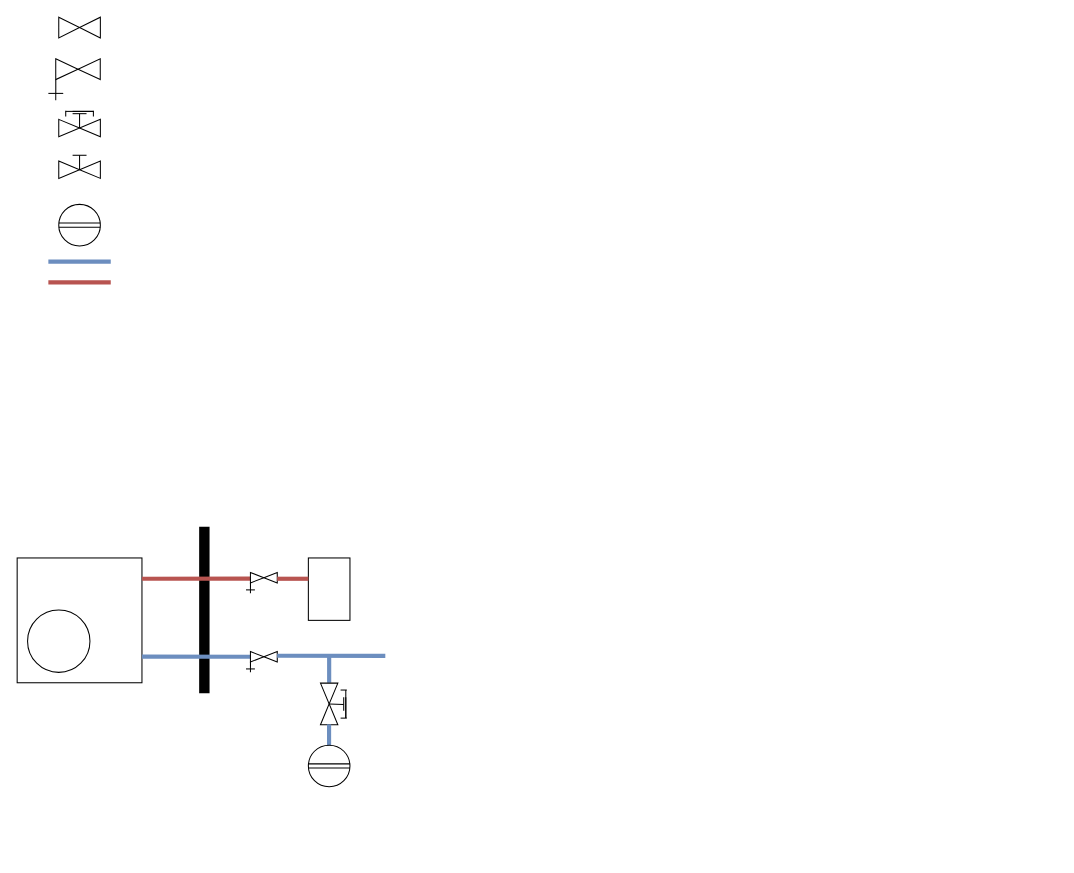
Before: hydraulik.drawio in eddi0815/socket2, a draw.io diagram. Source tidied: cells renumbered, new cells numbered last; positions are measured from the earlier drawing's top-left corner, leaving out a move shared by most shapes. Both pictures are drawn from the tidied source at 104%, with x=0, y=0 at pixel (17, 17).
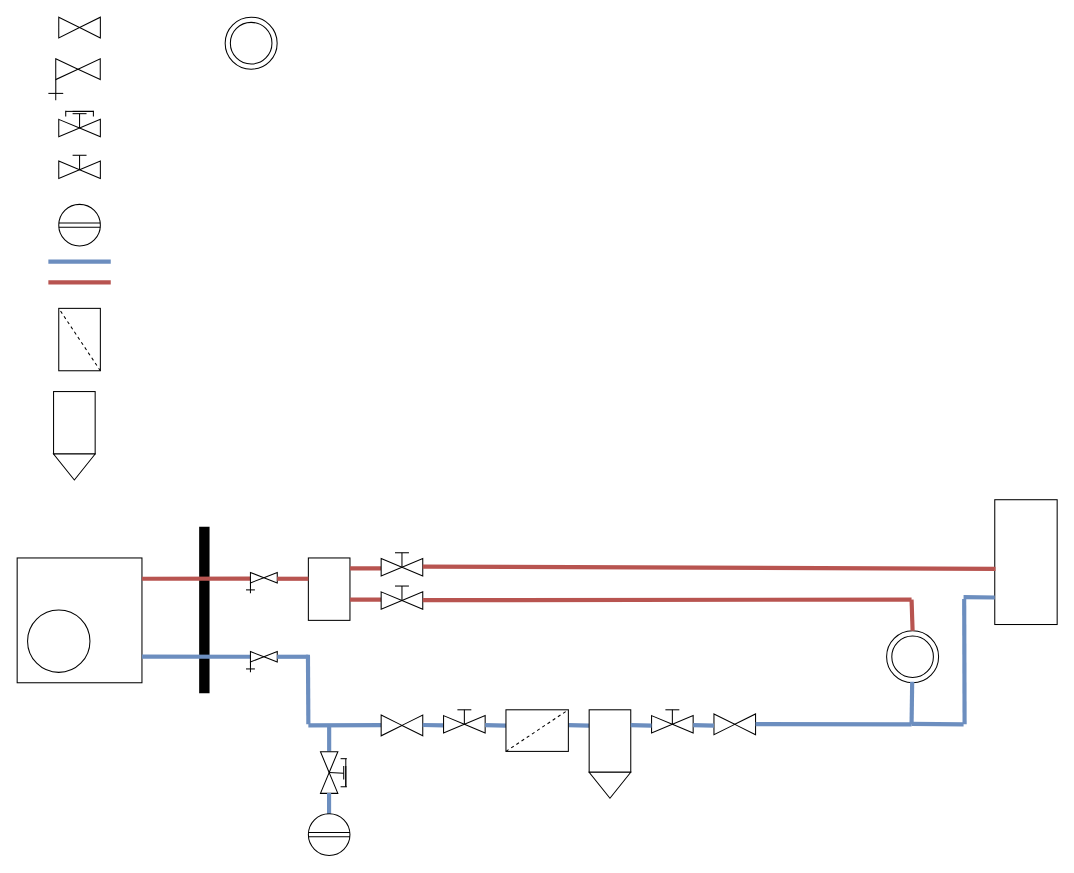
After the change.

What changed in the source:
```diff
@@
-    <mxCell id="46" style="group;" parent="1" vertex="1">
-      <mxGeometry x="40" y="138.3" width="40" height="16.7" as="geometry" />
-    </mxCell>
-    <mxCell id="47" style="triangle;whiteSpace=wrap;html=1;" parent="46" vertex="1">
-      <mxGeometry width="20" height="16.7" as="geometry" />
-    </mxCell>
-    <mxCell id="48" style="triangle;whiteSpace=wrap;html=1;rotation=-180;" parent="46" vertex="1">
-      <mxGeometry x="20" width="20" height="16.7" as="geometry" />
-    </mxCell>
-    <mxCell id="49" style="endArrow=none;html=1;rounded=0;exitX=1;exitY=0.5;exitDx=0;exitDy=0;" parent="1" edge="1" source="47">
-      <mxGeometry relative="1" as="geometry">
-        <mxPoint x="60" y="132.8" as="targetPoint" />
-      </mxGeometry>
-    </mxCell>
-    <mxCell id="50" style="endArrow=none;html=1;rounded=0;" parent="1" edge="1">
-      <mxGeometry relative="1" as="geometry">
-        <mxPoint x="53.3" y="132.8" as="sourcePoint" />
-        <mxPoint x="66.7" y="132.8" as="targetPoint" />
-      </mxGeometry>
-    </mxCell>
-    <mxCell id="51" style="endArrow=none;html=1;rounded=0;" parent="1" edge="1">
-      <mxGeometry relative="1" as="geometry">
-        <mxPoint x="46.7" y="132.8" as="sourcePoint" />
-        <mxPoint x="46.7" y="132.8" as="targetPoint" />
-      </mxGeometry>
-    </mxCell>
@@
     <mxCell id="53" style="endArrow=none;html=1;rounded=0;jumpSize=6;strokeWidth=4;fillColor=#dae8fc;strokeColor=#6c8ebf;entryX=0;entryY=0.5;entryDx=0;entryDy=0;" parent="1" edge="1">
       <mxGeometry relative="1" as="geometry">
-        <mxPoint x="250" y="614" as="sourcePoint" />
-        <mxPoint x="354" y="614.2" as="targetPoint" />
+        <mxPoint x="280" y="681" as="sourcePoint" />
+        <mxPoint x="350" y="680.8" as="targetPoint" />
       </mxGeometry>
     </mxCell>
     <mxCell id="54" style="endArrow=none;html=1;rounded=0;jumpSize=6;strokeWidth=4;fillColor=#dae8fc;strokeColor=#6c8ebf;" parent="1" edge="1">
       <mxGeometry relative="1" as="geometry">
-        <mxPoint x="300" y="640" as="sourcePoint" />
-        <mxPoint x="300" y="615" as="targetPoint" />
+        <mxPoint x="300" y="706" as="sourcePoint" />
+        <mxPoint x="300" y="681" as="targetPoint" />
       </mxGeometry>
     </mxCell>
     <mxCell id="55" style="group;rotation=90;" parent="1" vertex="1">
-      <mxGeometry x="284" y="648" width="40" height="25" as="geometry" />
+      <mxGeometry x="284" y="714" width="40" height="25" as="geometry" />
     </mxCell>
@@
     <mxCell id="66" style="endArrow=none;html=1;rounded=0;jumpSize=6;strokeWidth=4;fillColor=#dae8fc;strokeColor=#6c8ebf;" parent="1" edge="1">
       <mxGeometry relative="1" as="geometry">
-        <mxPoint x="299.9" y="705" as="sourcePoint" />
-        <mxPoint x="299.9" y="680" as="targetPoint" />
+        <mxPoint x="299.9" y="771" as="sourcePoint" />
+        <mxPoint x="299.9" y="746" as="targetPoint" />
       </mxGeometry>
     </mxCell>
     <mxCell id="67" style="group;" parent="1" vertex="1">
-      <mxGeometry x="280" y="700" width="40" height="40" as="geometry" />
+      <mxGeometry x="280" y="766" width="40" height="40" as="geometry" />
     </mxCell>
@@
+    <mxCell id="71" style="group;" parent="1" vertex="1">
+      <mxGeometry x="670" y="670" width="40" height="20" as="geometry" />
+    </mxCell>
+    <mxCell id="72" style="triangle;whiteSpace=wrap;html=1;" parent="71" vertex="1">
+      <mxGeometry width="20" height="20" as="geometry" />
+    </mxCell>
+    <mxCell id="73" style="triangle;whiteSpace=wrap;html=1;rotation=-180;" parent="71" vertex="1">
+      <mxGeometry x="20" width="20" height="20" as="geometry" />
+    </mxCell>
+    <mxCell id="74" style="group;" parent="1" vertex="1">
+      <mxGeometry x="350" y="671" width="40" height="20" as="geometry" />
+    </mxCell>
+    <mxCell id="75" style="triangle;whiteSpace=wrap;html=1;" parent="74" vertex="1">
+      <mxGeometry width="20" height="20" as="geometry" />
+    </mxCell>
+    <mxCell id="76" style="triangle;whiteSpace=wrap;html=1;rotation=-180;" parent="74" vertex="1">
+      <mxGeometry x="20" width="20" height="20" as="geometry" />
+    </mxCell>
+    <mxCell id="77" style="endArrow=none;html=1;rounded=0;jumpSize=6;strokeWidth=4;fillColor=#dae8fc;strokeColor=#6c8ebf;" parent="1" edge="1">
+      <mxGeometry relative="1" as="geometry">
+        <mxPoint x="390" y="680.6" as="sourcePoint" />
+        <mxPoint x="410" y="681" as="targetPoint" />
+      </mxGeometry>
+    </mxCell>
+    <mxCell id="78" style="group;" parent="1" vertex="1">
+      <mxGeometry x="40" y="132.8" width="40" height="22.2" as="geometry" />
+    </mxCell>
+    <mxCell id="46" style="group;" parent="78" vertex="1">
+      <mxGeometry y="5.6" width="40" height="16.7" as="geometry" />
+    </mxCell>
+    <mxCell id="47" style="triangle;whiteSpace=wrap;html=1;" parent="46" vertex="1">
+      <mxGeometry width="20" height="16.7" as="geometry" />
+    </mxCell>
+    <mxCell id="48" style="triangle;whiteSpace=wrap;html=1;rotation=-180;" parent="46" vertex="1">
+      <mxGeometry x="20" width="20" height="16.7" as="geometry" />
+    </mxCell>
+    <mxCell id="49" style="endArrow=none;html=1;rounded=0;exitX=1;exitY=0.5;exitDx=0;exitDy=0;" parent="78" edge="1" source="47">
+      <mxGeometry relative="1" as="geometry">
+        <mxPoint x="20" as="targetPoint" />
+      </mxGeometry>
+    </mxCell>
+    <mxCell id="50" style="endArrow=none;html=1;rounded=0;" parent="78" edge="1">
+      <mxGeometry relative="1" as="geometry">
+        <mxPoint x="13.3" as="sourcePoint" />
+        <mxPoint x="26.7" as="targetPoint" />
+      </mxGeometry>
+    </mxCell>
+    <mxCell id="51" style="endArrow=none;html=1;rounded=0;" parent="78" edge="1">
+      <mxGeometry relative="1" as="geometry">
+        <mxPoint x="6.7" as="sourcePoint" />
+        <mxPoint x="6.7" as="targetPoint" />
+      </mxGeometry>
+    </mxCell>
+    <mxCell id="79" style="group;" parent="1" vertex="1">
+      <mxGeometry x="610" y="666" width="40" height="22.2" as="geometry" />
+    </mxCell>
+    <mxCell id="80" style="group;" parent="79" vertex="1">
+      <mxGeometry y="5.6" width="40" height="16.7" as="geometry" />
+    </mxCell>
+    <mxCell id="81" style="triangle;whiteSpace=wrap;html=1;" parent="80" vertex="1">
+      <mxGeometry width="20" height="16.7" as="geometry" />
+    </mxCell>
+    <mxCell id="82" style="triangle;whiteSpace=wrap;html=1;rotation=-180;" parent="80" vertex="1">
+      <mxGeometry x="20" width="20" height="16.7" as="geometry" />
+    </mxCell>
+    <mxCell id="83" style="endArrow=none;html=1;rounded=0;exitX=1;exitY=0.5;exitDx=0;exitDy=0;" parent="79" edge="1" source="81">
+      <mxGeometry relative="1" as="geometry">
+        <mxPoint x="20" as="targetPoint" />
+      </mxGeometry>
+    </mxCell>
+    <mxCell id="84" style="endArrow=none;html=1;rounded=0;" parent="79" edge="1">
+      <mxGeometry relative="1" as="geometry">
+        <mxPoint x="13.3" as="sourcePoint" />
+        <mxPoint x="26.7" as="targetPoint" />
+      </mxGeometry>
+    </mxCell>
+    <mxCell id="85" style="endArrow=none;html=1;rounded=0;" parent="79" edge="1">
+      <mxGeometry relative="1" as="geometry">
+        <mxPoint x="6.7" as="sourcePoint" />
+        <mxPoint x="6.7" as="targetPoint" />
+      </mxGeometry>
+    </mxCell>
+    <mxCell id="86" style="group;" parent="1" vertex="1">
+      <mxGeometry x="410" y="666" width="40" height="22.2" as="geometry" />
+    </mxCell>
+    <mxCell id="87" style="group;" parent="86" vertex="1">
+      <mxGeometry y="5.6" width="40" height="16.7" as="geometry" />
+    </mxCell>
+    <mxCell id="88" style="triangle;whiteSpace=wrap;html=1;" parent="87" vertex="1">
+      <mxGeometry width="20" height="16.7" as="geometry" />
+    </mxCell>
+    <mxCell id="89" style="triangle;whiteSpace=wrap;html=1;rotation=-180;" parent="87" vertex="1">
+      <mxGeometry x="20" width="20" height="16.7" as="geometry" />
+    </mxCell>
+    <mxCell id="90" style="endArrow=none;html=1;rounded=0;exitX=1;exitY=0.5;exitDx=0;exitDy=0;" parent="86" edge="1" source="88">
+      <mxGeometry relative="1" as="geometry">
+        <mxPoint x="20" as="targetPoint" />
+      </mxGeometry>
+    </mxCell>
+    <mxCell id="91" style="endArrow=none;html=1;rounded=0;" parent="86" edge="1">
+      <mxGeometry relative="1" as="geometry">
+        <mxPoint x="13.3" as="sourcePoint" />
+        <mxPoint x="26.7" as="targetPoint" />
+      </mxGeometry>
+    </mxCell>
+    <mxCell id="92" style="endArrow=none;html=1;rounded=0;" parent="86" edge="1">
+      <mxGeometry relative="1" as="geometry">
+        <mxPoint x="6.7" as="sourcePoint" />
+        <mxPoint x="6.7" as="targetPoint" />
+      </mxGeometry>
+    </mxCell>
+    <mxCell id="93" style="endArrow=none;html=1;rounded=0;jumpSize=6;strokeWidth=4;fillColor=#dae8fc;strokeColor=#6c8ebf;" parent="1" edge="1">
+      <mxGeometry relative="1" as="geometry">
+        <mxPoint x="450" y="680.8" as="sourcePoint" />
+        <mxPoint x="470" y="681.2" as="targetPoint" />
+      </mxGeometry>
+    </mxCell>
+    <mxCell id="94" style="endArrow=none;html=1;rounded=0;jumpSize=6;strokeWidth=4;fillColor=#dae8fc;strokeColor=#6c8ebf;" parent="1" edge="1">
+      <mxGeometry relative="1" as="geometry">
+        <mxPoint x="530" y="680.8" as="sourcePoint" />
+        <mxPoint x="550" y="681.2" as="targetPoint" />
+      </mxGeometry>
+    </mxCell>
+    <mxCell id="95" style="group;" parent="1" vertex="1">
+      <mxGeometry x="470" y="666" width="60" height="40" as="geometry" />
+    </mxCell>
+    <mxCell id="96" style="rounded=0;whiteSpace=wrap;html=1;rotation=90;" parent="95" vertex="1">
+      <mxGeometry x="10" y="-10" width="40" height="60" as="geometry" />
+    </mxCell>
+    <mxCell id="97" style="endArrow=none;dashed=1;html=1;rounded=0;entryX=0;entryY=0;entryDx=0;entryDy=0;exitX=1;exitY=1;exitDx=0;exitDy=0;" parent="95" edge="1" source="96" target="96">
+      <mxGeometry relative="1" as="geometry" />
+    </mxCell>
+    <mxCell id="98" style="group;rotation=-90;" parent="1" vertex="1">
+      <mxGeometry x="30" y="290" width="60" height="40" as="geometry" />
+    </mxCell>
+    <mxCell id="99" style="rounded=0;whiteSpace=wrap;html=1;rotation=0;" parent="98" vertex="1">
+      <mxGeometry x="10" y="-10" width="40" height="60" as="geometry" />
+    </mxCell>
+    <mxCell id="100" style="endArrow=none;dashed=1;html=1;rounded=0;entryX=0;entryY=0;entryDx=0;entryDy=0;exitX=1;exitY=1;exitDx=0;exitDy=0;" parent="98" edge="1" source="99" target="99">
+      <mxGeometry relative="1" as="geometry" />
+    </mxCell>
+    <mxCell id="101" style="group;" parent="1" vertex="1">
+      <mxGeometry x="35" y="360" width="40" height="85" as="geometry" />
+    </mxCell>
+    <mxCell id="102" style="rounded=0;whiteSpace=wrap;html=1;" parent="101" vertex="1">
+      <mxGeometry width="40" height="60" as="geometry" />
+    </mxCell>
+    <mxCell id="103" style="triangle;whiteSpace=wrap;html=1;rotation=90;" parent="101" vertex="1">
+      <mxGeometry x="7.5" y="52.5" width="25" height="40" as="geometry" />
+    </mxCell>
+    <mxCell id="104" style="group;" parent="1" vertex="1">
+      <mxGeometry x="550" y="666" width="40" height="85" as="geometry" />
+    </mxCell>
+    <mxCell id="105" style="rounded=0;whiteSpace=wrap;html=1;" parent="104" vertex="1">
+      <mxGeometry width="40" height="60" as="geometry" />
+    </mxCell>
+    <mxCell id="106" style="triangle;whiteSpace=wrap;html=1;rotation=90;" parent="104" vertex="1">
+      <mxGeometry x="7.5" y="52.5" width="25" height="40" as="geometry" />
+    </mxCell>
+    <mxCell id="107" style="endArrow=none;html=1;rounded=0;jumpSize=6;strokeWidth=4;fillColor=#dae8fc;strokeColor=#6c8ebf;" parent="1" edge="1">
+      <mxGeometry relative="1" as="geometry">
+        <mxPoint x="590" y="680.8" as="sourcePoint" />
+        <mxPoint x="610" y="681.2" as="targetPoint" />
+      </mxGeometry>
+    </mxCell>
+    <mxCell id="108" style="endArrow=none;html=1;rounded=0;jumpSize=6;strokeWidth=4;fillColor=#dae8fc;strokeColor=#6c8ebf;" parent="1" edge="1">
+      <mxGeometry relative="1" as="geometry">
+        <mxPoint x="650" y="680.8" as="sourcePoint" />
+        <mxPoint x="670" y="681.2" as="targetPoint" />
+      </mxGeometry>
+    </mxCell>
+    <mxCell id="109" style="endArrow=none;html=1;rounded=0;jumpSize=6;strokeWidth=4;fillColor=#f8cecc;strokeColor=#b85450;" parent="1" edge="1">
+      <mxGeometry relative="1" as="geometry">
+        <mxPoint x="320" y="530" as="sourcePoint" />
+        <mxPoint x="350" y="530" as="targetPoint" />
+      </mxGeometry>
+    </mxCell>
+    <mxCell id="110" style="endArrow=none;html=1;rounded=0;jumpSize=6;strokeWidth=4;fillColor=#f8cecc;strokeColor=#b85450;" parent="1" edge="1">
+      <mxGeometry relative="1" as="geometry">
+        <mxPoint x="320" y="560" as="sourcePoint" />
+        <mxPoint x="350" y="560" as="targetPoint" />
+      </mxGeometry>
+    </mxCell>
+    <mxCell id="111" style="group;" parent="1" vertex="1">
+      <mxGeometry x="350" y="547" width="40" height="22.2" as="geometry" />
+    </mxCell>
+    <mxCell id="112" style="group;" parent="111" vertex="1">
+      <mxGeometry y="5.6" width="40" height="16.7" as="geometry" />
+    </mxCell>
+    <mxCell id="113" style="triangle;whiteSpace=wrap;html=1;" parent="112" vertex="1">
+      <mxGeometry width="20" height="16.7" as="geometry" />
+    </mxCell>
+    <mxCell id="114" style="triangle;whiteSpace=wrap;html=1;rotation=-180;" parent="112" vertex="1">
+      <mxGeometry x="20" width="20" height="16.7" as="geometry" />
+    </mxCell>
+    <mxCell id="115" style="endArrow=none;html=1;rounded=0;exitX=1;exitY=0.5;exitDx=0;exitDy=0;" parent="111" edge="1" source="113">
+      <mxGeometry relative="1" as="geometry">
+        <mxPoint x="20" as="targetPoint" />
+      </mxGeometry>
+    </mxCell>
+    <mxCell id="116" style="endArrow=none;html=1;rounded=0;" parent="111" edge="1">
+      <mxGeometry relative="1" as="geometry">
+        <mxPoint x="13.3" as="sourcePoint" />
+        <mxPoint x="26.7" as="targetPoint" />
+      </mxGeometry>
+    </mxCell>
+    <mxCell id="117" style="endArrow=none;html=1;rounded=0;" parent="111" edge="1">
+      <mxGeometry relative="1" as="geometry">
+        <mxPoint x="6.7" as="sourcePoint" />
+        <mxPoint x="6.7" as="targetPoint" />
+      </mxGeometry>
+    </mxCell>
+    <mxCell id="118" style="group;" parent="1" vertex="1">
+      <mxGeometry x="350" y="515" width="40" height="22.2" as="geometry" />
+    </mxCell>
+    <mxCell id="119" style="group;" parent="118" vertex="1">
+      <mxGeometry y="5.6" width="40" height="16.7" as="geometry" />
+    </mxCell>
+    <mxCell id="120" style="triangle;whiteSpace=wrap;html=1;" parent="119" vertex="1">
+      <mxGeometry width="20" height="16.7" as="geometry" />
+    </mxCell>
+    <mxCell id="121" style="triangle;whiteSpace=wrap;html=1;rotation=-180;" parent="119" vertex="1">
+      <mxGeometry x="20" width="20" height="16.7" as="geometry" />
+    </mxCell>
+    <mxCell id="122" style="endArrow=none;html=1;rounded=0;exitX=1;exitY=0.5;exitDx=0;exitDy=0;" parent="118" edge="1" source="120">
+      <mxGeometry relative="1" as="geometry">
+        <mxPoint x="20" as="targetPoint" />
+      </mxGeometry>
+    </mxCell>
+    <mxCell id="123" style="endArrow=none;html=1;rounded=0;" parent="118" edge="1">
+      <mxGeometry relative="1" as="geometry">
+        <mxPoint x="13.3" as="sourcePoint" />
+        <mxPoint x="26.7" as="targetPoint" />
+      </mxGeometry>
+    </mxCell>
+    <mxCell id="124" style="endArrow=none;html=1;rounded=0;" parent="118" edge="1">
+      <mxGeometry relative="1" as="geometry">
+        <mxPoint x="6.7" as="sourcePoint" />
+        <mxPoint x="6.7" as="targetPoint" />
+      </mxGeometry>
+    </mxCell>
+    <mxCell id="125" style="group;" parent="1" vertex="1">
+      <mxGeometry x="200" width="50" height="50" as="geometry" />
+    </mxCell>
+    <mxCell id="126" style="group;" parent="125" vertex="1">
+      <mxGeometry width="50" height="50" as="geometry" />
+    </mxCell>
+    <mxCell id="127" style="ellipse;whiteSpace=wrap;html=1;" parent="126" vertex="1">
+      <mxGeometry width="50" height="50" as="geometry" />
+    </mxCell>
+    <mxCell id="128" style="group;" parent="125" vertex="1">
+      <mxGeometry x="5" y="5" width="40" height="40" as="geometry" />
+    </mxCell>
+    <mxCell id="129" style="ellipse;whiteSpace=wrap;html=1;" parent="128" vertex="1">
+      <mxGeometry width="40" height="40" as="geometry" />
+    </mxCell>
+    <mxCell id="130" style="group;" parent="1" vertex="1">
+      <mxGeometry x="836" y="590" width="50" height="50" as="geometry" />
+    </mxCell>
+    <mxCell id="131" style="group;" parent="130" vertex="1">
+      <mxGeometry width="50" height="50" as="geometry" />
+    </mxCell>
+    <mxCell id="132" style="ellipse;whiteSpace=wrap;html=1;" parent="131" vertex="1">
+      <mxGeometry width="50" height="50" as="geometry" />
+    </mxCell>
+    <mxCell id="133" style="group;" parent="130" vertex="1">
+      <mxGeometry x="5" y="5" width="40" height="40" as="geometry" />
+    </mxCell>
+    <mxCell id="134" style="ellipse;whiteSpace=wrap;html=1;" parent="133" vertex="1">
+      <mxGeometry width="40" height="40" as="geometry" />
+    </mxCell>
+    <mxCell id="135" style="endArrow=none;html=1;rounded=0;jumpSize=6;strokeWidth=4;fillColor=#f8cecc;strokeColor=#b85450;" parent="1" edge="1">
+      <mxGeometry relative="1" as="geometry">
+        <mxPoint x="390" y="560.6" as="sourcePoint" />
+        <mxPoint x="860" y="560" as="targetPoint" />
+      </mxGeometry>
+    </mxCell>
+    <mxCell id="136" style="endArrow=none;html=1;rounded=0;jumpSize=6;strokeWidth=4;fillColor=#dae8fc;strokeColor=#6c8ebf;" parent="1" edge="1">
+      <mxGeometry relative="1" as="geometry">
+        <mxPoint x="710" y="679.8" as="sourcePoint" />
+        <mxPoint x="860" y="680" as="targetPoint" />
+      </mxGeometry>
+    </mxCell>
+    <mxCell id="137" style="endArrow=none;html=1;rounded=0;jumpSize=6;strokeWidth=4;fillColor=#dae8fc;strokeColor=#6c8ebf;" parent="1" edge="1">
+      <mxGeometry relative="1" as="geometry">
+        <mxPoint x="280" y="680" as="sourcePoint" />
+        <mxPoint x="279.6" y="613" as="targetPoint" />
+      </mxGeometry>
+    </mxCell>
+    <mxCell id="138" style="endArrow=none;html=1;rounded=0;jumpSize=6;strokeWidth=4;fillColor=#dae8fc;strokeColor=#6c8ebf;" parent="1" edge="1">
+      <mxGeometry relative="1" as="geometry">
+        <mxPoint x="250" y="615" as="sourcePoint" />
+        <mxPoint x="280" y="615" as="targetPoint" />
+      </mxGeometry>
+    </mxCell>
+    <mxCell id="139" style="endArrow=none;html=1;rounded=0;jumpSize=6;strokeWidth=4;fillColor=#dae8fc;strokeColor=#6c8ebf;" parent="1" edge="1">
+      <mxGeometry relative="1" as="geometry">
+        <mxPoint x="860" y="680" as="sourcePoint" />
+        <mxPoint x="860.6" y="639" as="targetPoint" />
+      </mxGeometry>
+    </mxCell>
+    <mxCell id="140" style="endArrow=none;html=1;rounded=0;jumpSize=6;strokeWidth=4;fillColor=#f8cecc;strokeColor=#b85450;entryX=0.5;entryY=0;entryDx=0;entryDy=0;" parent="1" edge="1" target="132">
+      <mxGeometry relative="1" as="geometry">
+        <mxPoint x="860" y="560" as="sourcePoint" />
+      </mxGeometry>
+    </mxCell>
+    <mxCell id="141" style="rounded=0;whiteSpace=wrap;html=1;rotation=90;" parent="1" vertex="1">
+      <mxGeometry x="910" y="494" width="120" height="60" as="geometry" />
+    </mxCell>
+    <mxCell id="142" style="endArrow=none;html=1;rounded=0;jumpSize=6;strokeWidth=4;fillColor=#f8cecc;strokeColor=#b85450;entryX=0.554;entryY=0.988;entryDx=0;entryDy=0;entryPerimeter=0;" parent="1" edge="1" target="141">
+      <mxGeometry relative="1" as="geometry">
+        <mxPoint x="390" y="528.3" as="sourcePoint" />
+      </mxGeometry>
+    </mxCell>
+    <mxCell id="143" style="endArrow=none;html=1;rounded=0;jumpSize=6;strokeWidth=4;fillColor=#dae8fc;strokeColor=#6c8ebf;" parent="1" edge="1">
+      <mxGeometry relative="1" as="geometry">
+        <mxPoint x="911" y="680" as="sourcePoint" />
+        <mxPoint x="910.6" y="559.5" as="targetPoint" />
+      </mxGeometry>
+    </mxCell>
+    <mxCell id="144" style="endArrow=none;html=1;rounded=0;jumpSize=6;strokeWidth=4;fillColor=#dae8fc;strokeColor=#6c8ebf;" parent="1" edge="1">
+      <mxGeometry relative="1" as="geometry">
+        <mxPoint x="860" y="679.6" as="sourcePoint" />
+        <mxPoint x="910" y="680" as="targetPoint" />
+      </mxGeometry>
+    </mxCell>
+    <mxCell id="145" style="endArrow=none;html=1;rounded=0;jumpSize=6;strokeWidth=4;fillColor=#dae8fc;strokeColor=#6c8ebf;" parent="1" edge="1">
+      <mxGeometry relative="1" as="geometry">
+        <mxPoint x="910" y="557.7" as="sourcePoint" />
+        <mxPoint x="940" y="558" as="targetPoint" />
+      </mxGeometry>
+    </mxCell>
```
